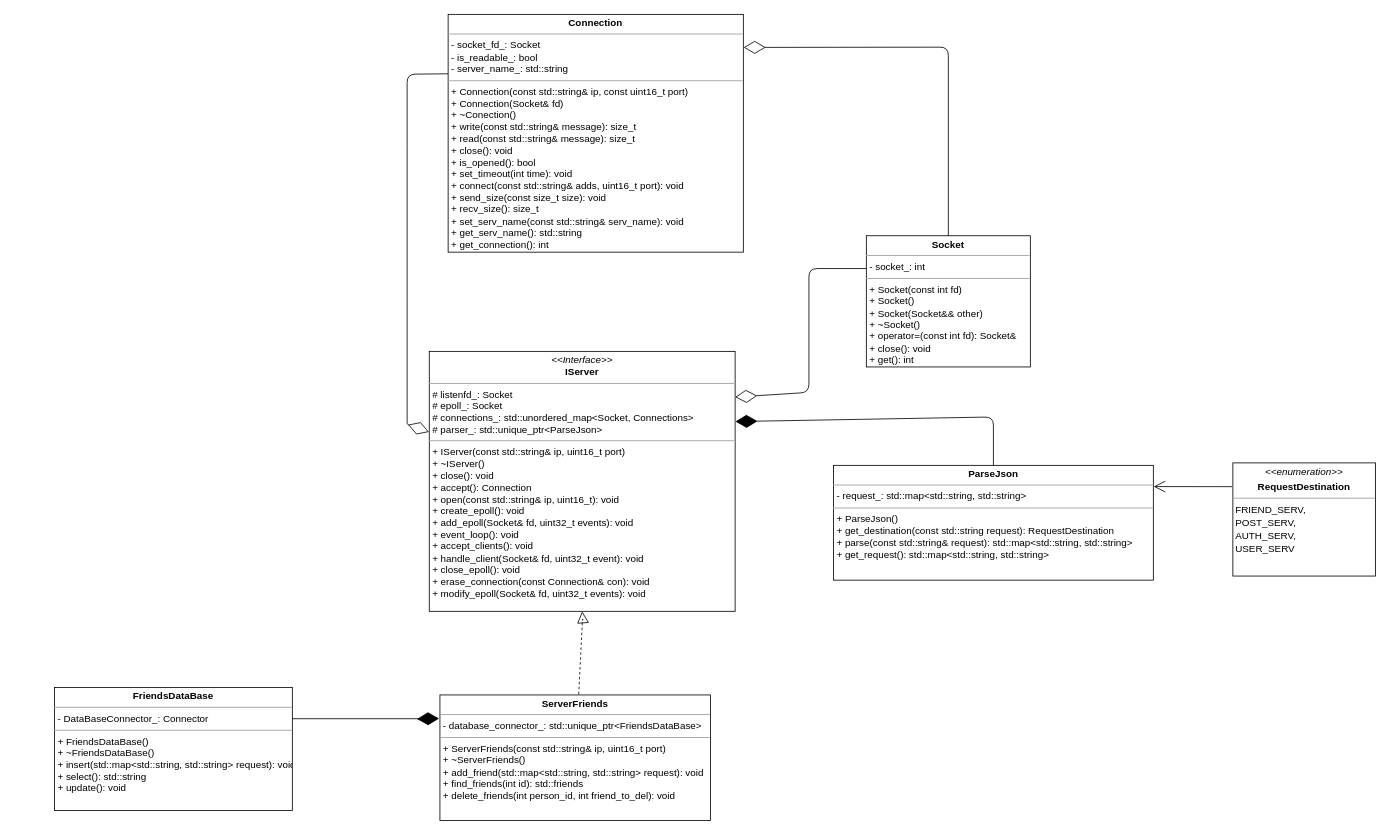
Before: server_friends/uml/server_friends_uml.drawio in NoSQL-team/SH.Cloud, a draw.io diagram. Source tidied: cells renumbered, new cells numbered last; positions are measured from the earlier drawing's top-left corner, leaving out a move shared by most shapes. Both pictures are drawn from the tidied source at 82%, with x=0, y=0 at pixel (54, 14).
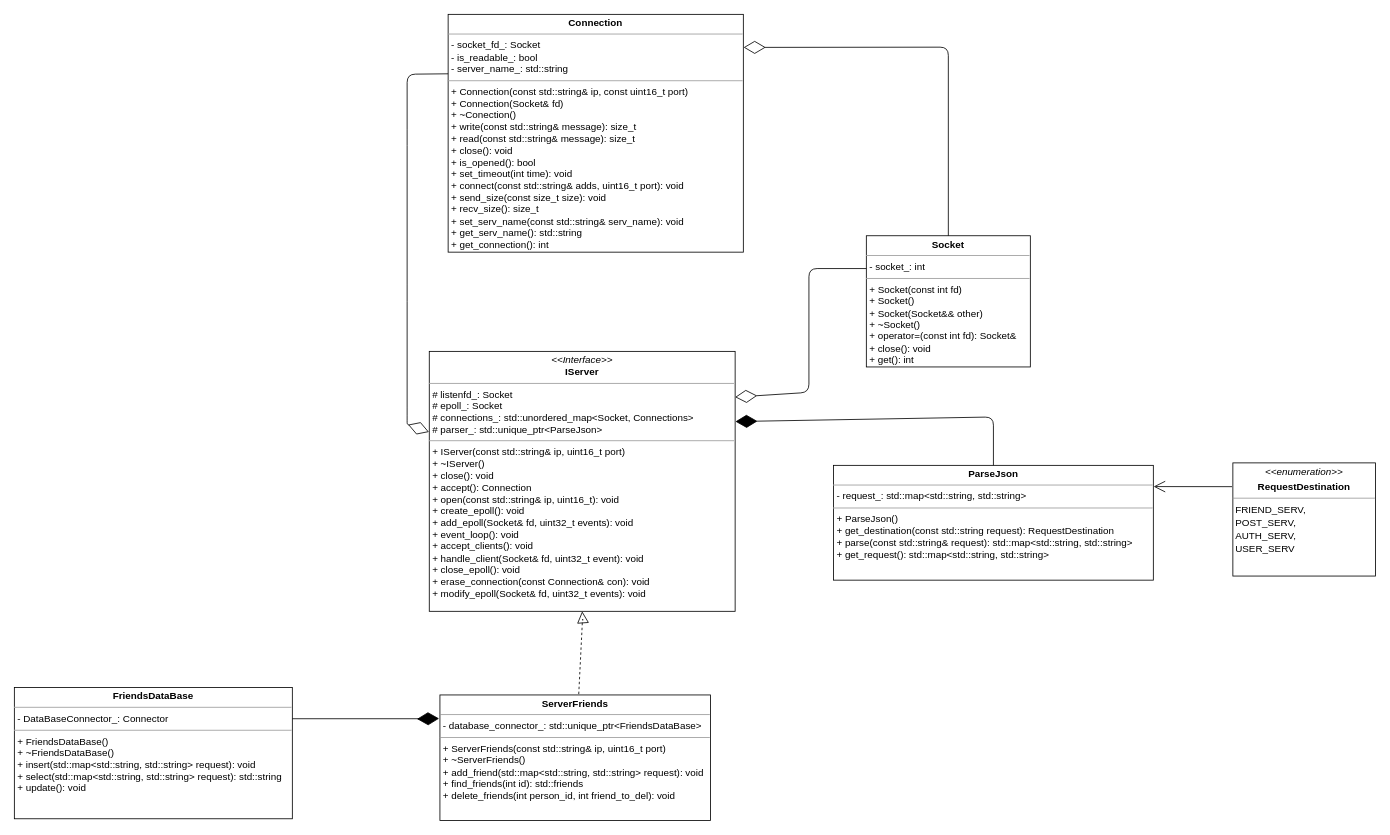
The same page after the edit.

Commit message (it also covers changes not shown here):
Изменена uml диаграмма

Change to the diagram source:
```diff
@@
-    <mxCell id="10" value="&lt;p style=&quot;margin: 0px ; margin-top: 4px ; text-align: center&quot;&gt;&lt;b&gt;FriendsDataBase&lt;/b&gt;&lt;/p&gt;&lt;hr size=&quot;1&quot;&gt;&lt;p style=&quot;margin: 0px ; margin-left: 4px&quot;&gt;- DataBaseConnector_: Connector&amp;nbsp;&lt;/p&gt;&lt;hr size=&quot;1&quot;&gt;&lt;p style=&quot;margin: 0px ; margin-left: 4px&quot;&gt;+ FriendsDataBase()&lt;/p&gt;&lt;p style=&quot;margin: 0px ; margin-left: 4px&quot;&gt;+ ~FriendsDataBase()&lt;/p&gt;&lt;p style=&quot;margin: 0px ; margin-left: 4px&quot;&gt;+ insert(std::map&amp;lt;std::string, std::string&amp;gt; request): void&lt;/p&gt;&lt;p style=&quot;margin: 0px ; margin-left: 4px&quot;&gt;+ select(): std::string&lt;/p&gt;&lt;p style=&quot;margin: 0px ; margin-left: 4px&quot;&gt;+ update(): void&lt;/p&gt;" style="verticalAlign=top;align=left;overflow=fill;fontSize=12;fontFamily=Helvetica;html=1;" parent="1" vertex="1">
-      <mxGeometry y="821" width="290" height="150" as="geometry" />
+    <mxCell id="10" value="&lt;p style=&quot;margin: 0px ; margin-top: 4px ; text-align: center&quot;&gt;&lt;b&gt;FriendsDataBase&lt;/b&gt;&lt;/p&gt;&lt;hr size=&quot;1&quot;&gt;&lt;p style=&quot;margin: 0px ; margin-left: 4px&quot;&gt;- DataBaseConnector_: Connector&amp;nbsp;&lt;/p&gt;&lt;hr size=&quot;1&quot;&gt;&lt;p style=&quot;margin: 0px ; margin-left: 4px&quot;&gt;+ FriendsDataBase()&lt;/p&gt;&lt;p style=&quot;margin: 0px ; margin-left: 4px&quot;&gt;+ ~FriendsDataBase()&lt;/p&gt;&lt;p style=&quot;margin: 0px ; margin-left: 4px&quot;&gt;+ insert(std::map&amp;lt;std::string, std::string&amp;gt; request): void&lt;/p&gt;&lt;p style=&quot;margin: 0px ; margin-left: 4px&quot;&gt;+ select(std::map&amp;lt;std::string, std::string&amp;gt; request): std::string&lt;/p&gt;&lt;p style=&quot;margin: 0px ; margin-left: 4px&quot;&gt;+ update(): void&lt;/p&gt;" style="verticalAlign=top;align=left;overflow=fill;fontSize=12;fontFamily=Helvetica;html=1;" parent="1" vertex="1">
+      <mxGeometry x="-49" y="821" width="339" height="160" as="geometry" />
     </mxCell>
```
